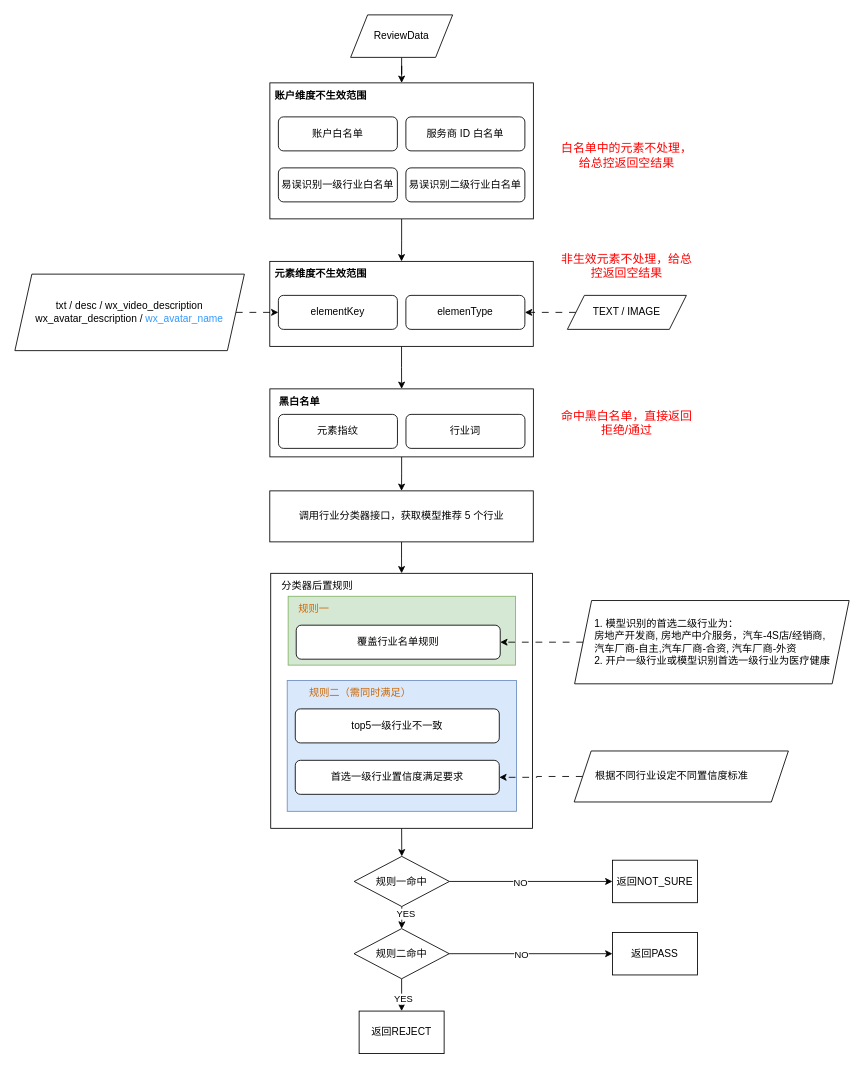
The draw.io diagram review/行业一致性适配3.0.drawio in IntronCheng/mydraw, before the edit. Source tidied: cells renumbered, new cells numbered last; positions are measured from the earlier drawing's top-left corner, leaving out a move shared by most shapes. Both pictures are drawn from the tidied source at 85%, with x=0, y=0 at pixel (14, 14).
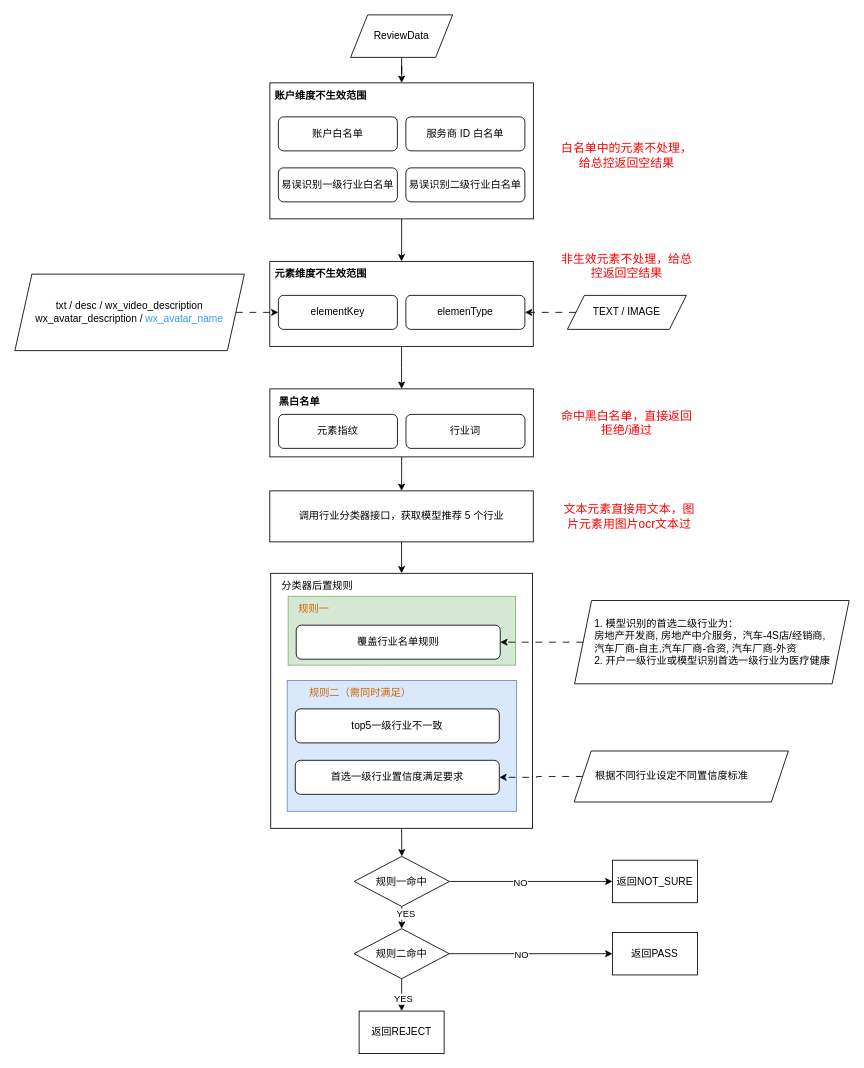
The same page after the edit.

Commit message:
更新行业一致性适配3.0.drawio

Diff of the diagram source:
```diff
@@
+    <mxCell id="58" value="文本元素直接用文本，图片元素用图片ocr文本过" style="text;html=1;align=center;verticalAlign=middle;whiteSpace=wrap;rounded=0;fontSize=14;fontColor=#FF0000;" parent="1" vertex="1">
+      <mxGeometry x="643" y="565" width="160" height="50" as="geometry" />
+    </mxCell>
```
